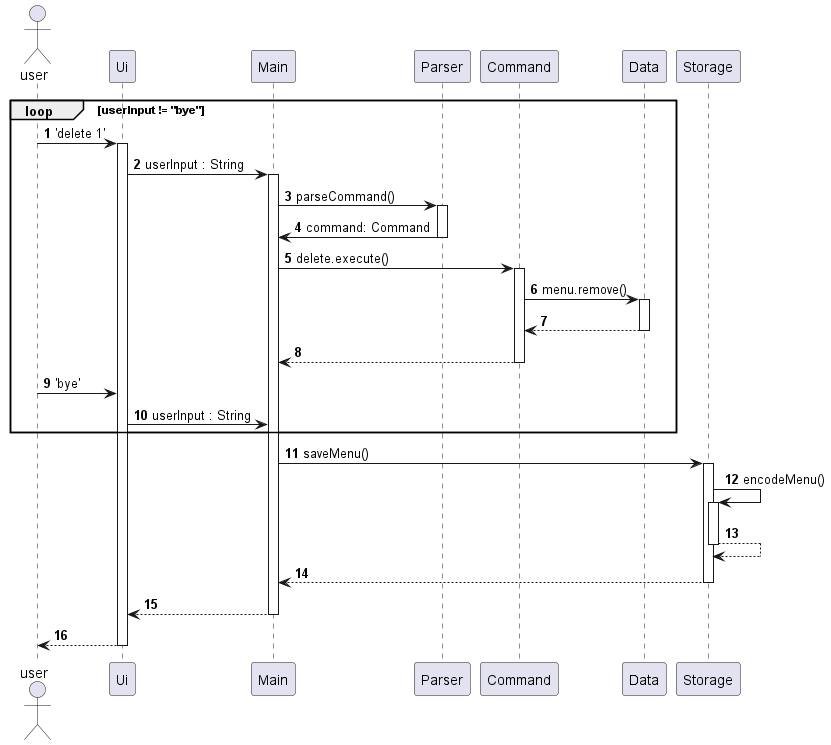
This is docs/images/sequence/Architecture_Encode_Data.png from nus-cs2113-AY2324S1/tp, a PlantUML export, as it was before one commit.
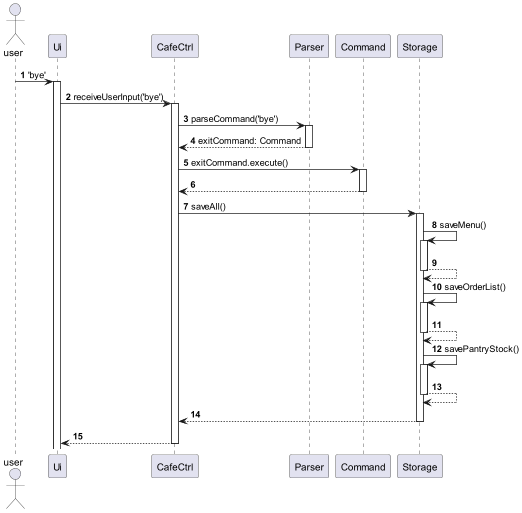
After the commit.

Commit message:
Update DG architecture sequence diagram and AboutUs photo

What changed in the source:
```diff
@@ -1,7 +1,7 @@
 @startuml
 !define COMMAND class ListIngredientCommand
 !define UI class Ui
-!define MAIN class Main
+!define MAIN class CafeCtrl
 !define STORAGE class Storage
 !define DATA class Data
 !define PARSER class Parser
@@ -10,29 +10,26 @@
 autonumber
 Actor user
 
-loop userInput != "bye"
-user->Ui : 'delete 1'
-activate Ui
-Ui-> Main : userInput : String
-activate Main
-Main -> Parser : parseCommand()
+user -> Ui: 'bye'
+Activate Ui
+Ui-> CafeCtrl : receiveUserInput('bye')
+Activate CafeCtrl
+CafeCtrl -> Parser : parseCommand('bye')
 Activate Parser
-Parser -> Main : command: Command
-Deactivate Parser
-Main -> Command : delete.execute()
+return exitCommand: Command
+CafeCtrl -> Command : exitCommand.execute()
 Activate Command
-Command -> Data : menu.remove()
-Activate Data
 return
-return
-user -> Ui: 'bye'
-Ui-> Main : userInput : String
-end loop
-Main->Storage : saveMenu()
+CafeCtrl->Storage : saveAll()
 Activate Storage
-Storage -> Storage: encodeMenu()
+Storage -> Storage: saveMenu()
 Activate Storage
 return
+Storage -> Storage: saveOrderList()
+Activate Storage
+return
+Storage -> Storage: savePantryStock()
+Activate Storage
 return
 return
 return
```
